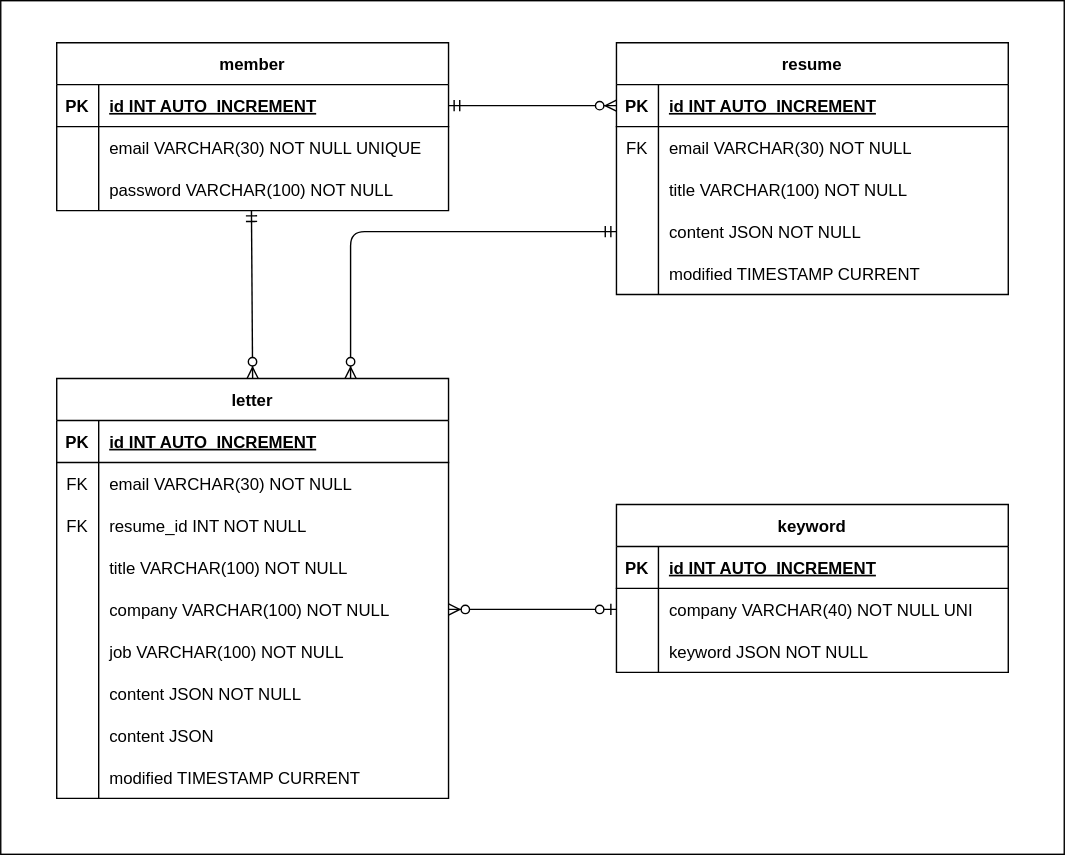
The draw.io diagram docs/diagram/er-diagram-2.svg in kosmo138/resumate, before a commit. Source tidied: cells renumbered, new cells last; positions are measured from the earlier drawing's top-left corner, leaving out a move shared by most shapes. The source it was exported from:
```xml
<mxGraphModel>
  <root>
    <mxCell id="0" />
    <mxCell id="1" parent="0" />
    <mxCell id="2" style="rounded=0;whiteSpace=wrap;html=1;" parent="1" vertex="1">
      <mxGeometry width="760" height="610" as="geometry" />
    </mxCell>
    <mxCell id="3" value="member" style="shape=table;startSize=30;rowLines=0;fontStyle=1;align=center;" parent="1" vertex="1">
      <mxGeometry x="40" y="30" width="280" height="120" as="geometry" />
    </mxCell>
    <mxCell id="4" style="shape=tableRow;horizontal=0;startSize=0;swimlaneHead=0;swimlaneBody=0;fillColor=none;points=[[0,0.5],[1,0.5]];portConstraint=eastwest;top=0;left=0;right=0;bottom=1;" parent="3" vertex="1">
      <mxGeometry y="30" width="280" height="30" as="geometry" />
    </mxCell>
    <mxCell id="5" value="PK" style="shape=partialRectangle;fillColor=none;top=0;left=0;bottom=0;right=0;fontStyle=1;overflow=hidden;" parent="4" vertex="1">
      <mxGeometry width="30" height="30" as="geometry" />
    </mxCell>
    <mxCell id="6" value="id INT AUTO_INCREMENT" style="shape=partialRectangle;fillColor=none;top=0;left=0;bottom=0;right=0;align=left;spacingLeft=6;fontStyle=5;overflow=hidden;" parent="4" vertex="1">
      <mxGeometry x="30" width="250" height="30" as="geometry" />
    </mxCell>
    <mxCell id="7" style="shape=tableRow;horizontal=0;startSize=0;swimlaneHead=0;swimlaneBody=0;fillColor=none;top=0;left=0;right=0;bottom=0;" parent="3" vertex="1">
      <mxGeometry y="60" width="280" height="30" as="geometry" />
    </mxCell>
    <mxCell id="8" style="shape=partialRectangle;fillColor=none;top=0;left=0;bottom=0;right=0;overflow=hidden;" parent="7" vertex="1">
      <mxGeometry width="30" height="30" as="geometry" />
    </mxCell>
    <mxCell id="9" value="email VARCHAR(30) NOT NULL UNIQUE" style="shape=partialRectangle;fillColor=none;top=0;left=0;bottom=0;right=0;align=left;spacingLeft=6;overflow=hidden;" parent="7" vertex="1">
      <mxGeometry x="30" width="250" height="30" as="geometry" />
    </mxCell>
    <mxCell id="10" style="shape=tableRow;horizontal=0;startSize=0;swimlaneHead=0;swimlaneBody=0;fillColor=none;points=[[0,0.5],[1,0.5]];portConstraint=eastwest;top=0;left=0;right=0;bottom=0;" parent="3" vertex="1">
      <mxGeometry y="90" width="280" height="30" as="geometry" />
    </mxCell>
    <mxCell id="11" style="shape=partialRectangle;fillColor=none;top=0;left=0;bottom=0;right=0;overflow=hidden;" parent="10" vertex="1">
      <mxGeometry width="30" height="30" as="geometry" />
    </mxCell>
    <mxCell id="12" value="password VARCHAR(100) NOT NULL" style="shape=partialRectangle;fillColor=none;top=0;left=0;bottom=0;right=0;align=left;spacingLeft=6;overflow=hidden;" parent="10" vertex="1">
      <mxGeometry x="30" width="250" height="30" as="geometry" />
    </mxCell>
    <mxCell id="13" value="resume" style="shape=table;startSize=30;rowLines=0;fontStyle=1;align=center;" parent="1" vertex="1">
      <mxGeometry x="440" y="30" width="280" height="180" as="geometry" />
    </mxCell>
    <mxCell id="14" style="shape=tableRow;horizontal=0;startSize=0;swimlaneHead=0;swimlaneBody=0;fillColor=none;points=[[0,0.5],[1,0.5]];portConstraint=eastwest;top=0;left=0;right=0;bottom=1;" parent="13" vertex="1">
      <mxGeometry y="30" width="280" height="30" as="geometry" />
    </mxCell>
    <mxCell id="15" value="PK" style="shape=partialRectangle;fillColor=none;top=0;left=0;bottom=0;right=0;fontStyle=1;overflow=hidden;" parent="14" vertex="1">
      <mxGeometry width="30" height="30" as="geometry" />
    </mxCell>
    <mxCell id="16" value="id INT AUTO_INCREMENT" style="shape=partialRectangle;fillColor=none;top=0;left=0;bottom=0;right=0;align=left;spacingLeft=6;fontStyle=5;overflow=hidden;" parent="14" vertex="1">
      <mxGeometry x="30" width="250" height="30" as="geometry" />
    </mxCell>
    <mxCell id="17" style="shape=tableRow;horizontal=0;startSize=0;swimlaneHead=0;swimlaneBody=0;fillColor=none;top=0;left=0;right=0;bottom=0;rounded=0;" parent="13" vertex="1">
      <mxGeometry y="60" width="280" height="30" as="geometry" />
    </mxCell>
    <mxCell id="18" value="FK" style="shape=partialRectangle;fillColor=none;top=0;left=0;bottom=0;right=0;overflow=hidden;" parent="17" vertex="1">
      <mxGeometry width="30" height="30" as="geometry" />
    </mxCell>
    <mxCell id="19" value="email VARCHAR(30) NOT NULL" style="shape=partialRectangle;fillColor=none;top=0;left=0;bottom=0;right=0;align=left;spacingLeft=6;overflow=hidden;" parent="17" vertex="1">
      <mxGeometry x="30" width="250" height="30" as="geometry" />
    </mxCell>
    <mxCell id="20" style="shape=tableRow;horizontal=0;startSize=0;swimlaneHead=0;swimlaneBody=0;fillColor=none;top=0;left=0;right=0;bottom=0;" parent="13" vertex="1">
      <mxGeometry y="90" width="280" height="30" as="geometry" />
    </mxCell>
    <mxCell id="21" style="shape=partialRectangle;fillColor=none;top=0;left=0;bottom=0;right=0;overflow=hidden;" parent="20" vertex="1">
      <mxGeometry width="30" height="30" as="geometry" />
    </mxCell>
    <mxCell id="22" value="title VARCHAR(100) NOT NULL" style="shape=partialRectangle;fillColor=none;top=0;left=0;bottom=0;right=0;align=left;spacingLeft=6;overflow=hidden;" parent="20" vertex="1">
      <mxGeometry x="30" width="250" height="30" as="geometry" />
    </mxCell>
    <mxCell id="23" style="shape=tableRow;horizontal=0;startSize=0;swimlaneHead=0;swimlaneBody=0;fillColor=none;points=[[0,0.5],[1,0.5]];portConstraint=eastwest;top=0;left=0;right=0;bottom=0;" parent="13" vertex="1">
      <mxGeometry y="120" width="280" height="30" as="geometry" />
    </mxCell>
    <mxCell id="24" style="shape=partialRectangle;fillColor=none;top=0;left=0;bottom=0;right=0;overflow=hidden;" parent="23" vertex="1">
      <mxGeometry width="30" height="30" as="geometry" />
    </mxCell>
    <mxCell id="25" value="content JSON NOT NULL" style="shape=partialRectangle;fillColor=none;top=0;left=0;bottom=0;right=0;align=left;spacingLeft=6;overflow=hidden;" parent="23" vertex="1">
      <mxGeometry x="30" width="250" height="30" as="geometry" />
    </mxCell>
    <mxCell id="26" style="shape=tableRow;horizontal=0;startSize=0;swimlaneHead=0;swimlaneBody=0;fillColor=none;top=0;left=0;right=0;bottom=0;" parent="13" vertex="1">
      <mxGeometry y="150" width="280" height="30" as="geometry" />
    </mxCell>
    <mxCell id="27" style="shape=partialRectangle;fillColor=none;top=0;left=0;bottom=0;right=0;overflow=hidden;" parent="26" vertex="1">
      <mxGeometry width="30" height="30" as="geometry" />
    </mxCell>
    <mxCell id="28" value="modified TIMESTAMP CURRENT" style="shape=partialRectangle;fillColor=none;top=0;left=0;bottom=0;right=0;align=left;spacingLeft=6;overflow=hidden;" parent="26" vertex="1">
      <mxGeometry x="30" width="250" height="30" as="geometry" />
    </mxCell>
    <mxCell id="29" value="letter" style="shape=table;startSize=30;rowLines=0;fontStyle=1;align=center;" parent="1" vertex="1">
      <mxGeometry x="40" y="270" width="280" height="300" as="geometry" />
    </mxCell>
    <mxCell id="30" style="shape=tableRow;horizontal=0;startSize=0;swimlaneHead=0;swimlaneBody=0;fillColor=none;top=0;left=0;right=0;bottom=1;" parent="29" vertex="1">
      <mxGeometry y="30" width="280" height="30" as="geometry" />
    </mxCell>
    <mxCell id="31" value="PK" style="shape=partialRectangle;fillColor=none;top=0;left=0;bottom=0;right=0;fontStyle=1;overflow=hidden;" parent="30" vertex="1">
      <mxGeometry width="30" height="30" as="geometry" />
    </mxCell>
    <mxCell id="32" value="id INT AUTO_INCREMENT" style="shape=partialRectangle;fillColor=none;top=0;left=0;bottom=0;right=0;align=left;spacingLeft=6;fontStyle=5;overflow=hidden;" parent="30" vertex="1">
      <mxGeometry x="30" width="250" height="30" as="geometry" />
    </mxCell>
    <mxCell id="33" style="shape=tableRow;horizontal=0;startSize=0;swimlaneHead=0;swimlaneBody=0;fillColor=none;top=0;left=0;right=0;bottom=0;rounded=0;" parent="29" vertex="1">
      <mxGeometry y="60" width="280" height="30" as="geometry" />
    </mxCell>
    <mxCell id="34" value="FK" style="shape=partialRectangle;fillColor=none;top=0;left=0;bottom=0;right=0;overflow=hidden;" parent="33" vertex="1">
      <mxGeometry width="30" height="30" as="geometry" />
    </mxCell>
    <mxCell id="35" value="email VARCHAR(30) NOT NULL" style="shape=partialRectangle;fillColor=none;top=0;left=0;bottom=0;right=0;align=left;spacingLeft=6;overflow=hidden;" parent="33" vertex="1">
      <mxGeometry x="30" width="250" height="30" as="geometry" />
    </mxCell>
    <mxCell id="36" style="shape=tableRow;horizontal=0;startSize=0;swimlaneHead=0;swimlaneBody=0;fillColor=none;top=0;left=0;right=0;bottom=0;rounded=0;" parent="29" vertex="1">
      <mxGeometry y="90" width="280" height="30" as="geometry" />
    </mxCell>
    <mxCell id="37" value="FK" style="shape=partialRectangle;fillColor=none;top=0;left=0;bottom=0;right=0;overflow=hidden;" parent="36" vertex="1">
      <mxGeometry width="30" height="30" as="geometry" />
    </mxCell>
    <mxCell id="38" value="resume_id INT NOT NULL" style="shape=partialRectangle;fillColor=none;top=0;left=0;bottom=0;right=0;align=left;spacingLeft=6;overflow=hidden;" parent="36" vertex="1">
      <mxGeometry x="30" width="250" height="30" as="geometry" />
    </mxCell>
    <mxCell id="39" style="shape=tableRow;horizontal=0;startSize=0;swimlaneHead=0;swimlaneBody=0;fillColor=none;top=0;left=0;right=0;bottom=0;" parent="29" vertex="1">
      <mxGeometry y="120" width="280" height="30" as="geometry" />
    </mxCell>
    <mxCell id="40" style="shape=partialRectangle;fillColor=none;top=0;left=0;bottom=0;right=0;overflow=hidden;" parent="39" vertex="1">
      <mxGeometry width="30" height="30" as="geometry" />
    </mxCell>
    <mxCell id="41" value="title VARCHAR(100) NOT NULL" style="shape=partialRectangle;fillColor=none;top=0;left=0;bottom=0;right=0;align=left;spacingLeft=6;overflow=hidden;" parent="39" vertex="1">
      <mxGeometry x="30" width="250" height="30" as="geometry" />
    </mxCell>
    <mxCell id="42" style="shape=tableRow;horizontal=0;startSize=0;swimlaneHead=0;swimlaneBody=0;fillColor=none;points=[[0,0.5],[1,0.5]];portConstraint=eastwest;top=0;left=0;right=0;bottom=0;" parent="29" vertex="1">
      <mxGeometry y="150" width="280" height="30" as="geometry" />
    </mxCell>
    <mxCell id="43" style="shape=partialRectangle;fillColor=none;top=0;left=0;bottom=0;right=0;overflow=hidden;" parent="42" vertex="1">
      <mxGeometry width="30" height="30" as="geometry" />
    </mxCell>
    <mxCell id="44" value="company VARCHAR(100) NOT NULL" style="shape=partialRectangle;fillColor=none;top=0;left=0;bottom=0;right=0;align=left;spacingLeft=6;overflow=hidden;" parent="42" vertex="1">
      <mxGeometry x="30" width="250" height="30" as="geometry" />
    </mxCell>
    <mxCell id="45" style="shape=tableRow;horizontal=0;startSize=0;swimlaneHead=0;swimlaneBody=0;fillColor=none;top=0;left=0;right=0;bottom=0;" parent="29" vertex="1">
      <mxGeometry y="180" width="280" height="30" as="geometry" />
    </mxCell>
    <mxCell id="46" style="shape=partialRectangle;fillColor=none;top=0;left=0;bottom=0;right=0;overflow=hidden;" parent="45" vertex="1">
      <mxGeometry width="30" height="30" as="geometry" />
    </mxCell>
    <mxCell id="47" value="job VARCHAR(100) NOT NULL" style="shape=partialRectangle;fillColor=none;top=0;left=0;bottom=0;right=0;align=left;spacingLeft=6;overflow=hidden;" parent="45" vertex="1">
      <mxGeometry x="30" width="250" height="30" as="geometry" />
    </mxCell>
    <mxCell id="48" style="shape=tableRow;horizontal=0;startSize=0;swimlaneHead=0;swimlaneBody=0;fillColor=none;top=0;left=0;right=0;bottom=0;" parent="29" vertex="1">
      <mxGeometry y="210" width="280" height="30" as="geometry" />
    </mxCell>
    <mxCell id="49" style="shape=partialRectangle;fillColor=none;top=0;left=0;bottom=0;right=0;overflow=hidden;" parent="48" vertex="1">
      <mxGeometry width="30" height="30" as="geometry" />
    </mxCell>
    <mxCell id="50" value="content JSON NOT NULL" style="shape=partialRectangle;fillColor=none;top=0;left=0;bottom=0;right=0;align=left;spacingLeft=6;overflow=hidden;" parent="48" vertex="1">
      <mxGeometry x="30" width="250" height="30" as="geometry" />
    </mxCell>
    <mxCell id="51" style="shape=tableRow;horizontal=0;startSize=0;swimlaneHead=0;swimlaneBody=0;fillColor=none;top=0;left=0;right=0;bottom=0;" parent="29" vertex="1">
      <mxGeometry y="240" width="280" height="30" as="geometry" />
    </mxCell>
    <mxCell id="52" style="shape=partialRectangle;fillColor=none;top=0;left=0;bottom=0;right=0;overflow=hidden;" parent="51" vertex="1">
      <mxGeometry width="30" height="30" as="geometry" />
    </mxCell>
    <mxCell id="53" value="content JSON" style="shape=partialRectangle;fillColor=none;top=0;left=0;bottom=0;right=0;align=left;spacingLeft=6;overflow=hidden;" parent="51" vertex="1">
      <mxGeometry x="30" width="250" height="30" as="geometry" />
    </mxCell>
    <mxCell id="54" style="shape=tableRow;horizontal=0;startSize=0;swimlaneHead=0;swimlaneBody=0;fillColor=none;top=0;left=0;right=0;bottom=0;" parent="29" vertex="1">
      <mxGeometry y="270" width="280" height="30" as="geometry" />
    </mxCell>
    <mxCell id="55" style="shape=partialRectangle;fillColor=none;top=0;left=0;bottom=0;right=0;overflow=hidden;" parent="54" vertex="1">
      <mxGeometry width="30" height="30" as="geometry" />
    </mxCell>
    <mxCell id="56" value="modified TIMESTAMP CURRENT" style="shape=partialRectangle;fillColor=none;top=0;left=0;bottom=0;right=0;align=left;spacingLeft=6;overflow=hidden;" parent="54" vertex="1">
      <mxGeometry x="30" width="250" height="30" as="geometry" />
    </mxCell>
    <mxCell id="57" value="keyword" style="shape=table;startSize=30;rowLines=0;fontStyle=1;align=center;" parent="1" vertex="1">
      <mxGeometry x="440" y="360" width="280" height="120" as="geometry" />
    </mxCell>
    <mxCell id="58" style="shape=tableRow;horizontal=0;startSize=0;swimlaneHead=0;swimlaneBody=0;fillColor=none;top=0;left=0;right=0;bottom=1;" parent="57" vertex="1">
      <mxGeometry y="30" width="280" height="30" as="geometry" />
    </mxCell>
    <mxCell id="59" value="PK" style="shape=partialRectangle;fillColor=none;top=0;left=0;bottom=0;right=0;fontStyle=1;overflow=hidden;" parent="58" vertex="1">
      <mxGeometry width="30" height="30" as="geometry" />
    </mxCell>
    <mxCell id="60" value="id INT AUTO_INCREMENT" style="shape=partialRectangle;fillColor=none;top=0;left=0;bottom=0;right=0;align=left;spacingLeft=6;fontStyle=5;overflow=hidden;" parent="58" vertex="1">
      <mxGeometry x="30" width="250" height="30" as="geometry" />
    </mxCell>
    <mxCell id="61" style="shape=tableRow;horizontal=0;startSize=0;swimlaneHead=0;swimlaneBody=0;fillColor=none;points=[[0,0.5],[1,0.5]];portConstraint=eastwest;top=0;left=0;right=0;bottom=0;" parent="57" vertex="1">
      <mxGeometry y="60" width="280" height="30" as="geometry" />
    </mxCell>
    <mxCell id="62" style="shape=partialRectangle;fillColor=none;top=0;left=0;bottom=0;right=0;overflow=hidden;" parent="61" vertex="1">
      <mxGeometry width="30" height="30" as="geometry" />
    </mxCell>
    <mxCell id="63" value="company VARCHAR(40) NOT NULL UNI" style="shape=partialRectangle;fillColor=none;top=0;left=0;bottom=0;right=0;align=left;spacingLeft=6;overflow=hidden;" parent="61" vertex="1">
      <mxGeometry x="30" width="250" height="30" as="geometry" />
    </mxCell>
    <mxCell id="64" style="shape=tableRow;horizontal=0;startSize=0;swimlaneHead=0;swimlaneBody=0;fillColor=none;top=0;left=0;right=0;bottom=0;" parent="57" vertex="1">
      <mxGeometry y="90" width="280" height="30" as="geometry" />
    </mxCell>
    <mxCell id="65" style="shape=partialRectangle;fillColor=none;top=0;left=0;bottom=0;right=0;overflow=hidden;" parent="64" vertex="1">
      <mxGeometry width="30" height="30" as="geometry" />
    </mxCell>
    <mxCell id="66" value="keyword JSON NOT NULL" style="shape=partialRectangle;fillColor=none;top=0;left=0;bottom=0;right=0;align=left;spacingLeft=6;overflow=hidden;" parent="64" vertex="1">
      <mxGeometry x="30" width="250" height="30" as="geometry" />
    </mxCell>
    <mxCell id="67" style="edgeStyle=entityRelationEdgeStyle;fontSize=12;html=1;endArrow=ERzeroToMany;startArrow=ERmandOne;entryX=0;entryY=0.5;entryDx=0;entryDy=0;exitX=1;exitY=0.5;exitDx=0;exitDy=0;" parent="1" edge="1" source="4" target="14">
      <mxGeometry relative="1" as="geometry" />
    </mxCell>
    <mxCell id="68" style="fontSize=12;html=1;endArrow=ERzeroToMany;startArrow=ERmandOne;exitX=0.497;exitY=0.992;exitDx=0;exitDy=0;exitPerimeter=0;" parent="1" edge="1" source="10">
      <mxGeometry relative="1" as="geometry">
        <mxPoint x="180" y="270" as="targetPoint" />
      </mxGeometry>
    </mxCell>
    <mxCell id="69" style="edgeStyle=orthogonalEdgeStyle;fontSize=12;html=1;endArrow=ERzeroToMany;startArrow=ERmandOne;exitX=0;exitY=0.5;exitDx=0;exitDy=0;" parent="1" edge="1" source="23">
      <mxGeometry relative="1" as="geometry">
        <mxPoint x="250" y="270" as="targetPoint" />
      </mxGeometry>
    </mxCell>
    <mxCell id="70" style="edgeStyle=orthogonalEdgeStyle;fontSize=12;html=1;endArrow=ERzeroToMany;startArrow=ERzeroToOne;exitX=0;exitY=0.5;exitDx=0;exitDy=0;" parent="1" edge="1" source="61" target="42">
      <mxGeometry relative="1" as="geometry" />
    </mxCell>
  </root>
</mxGraphModel>
```
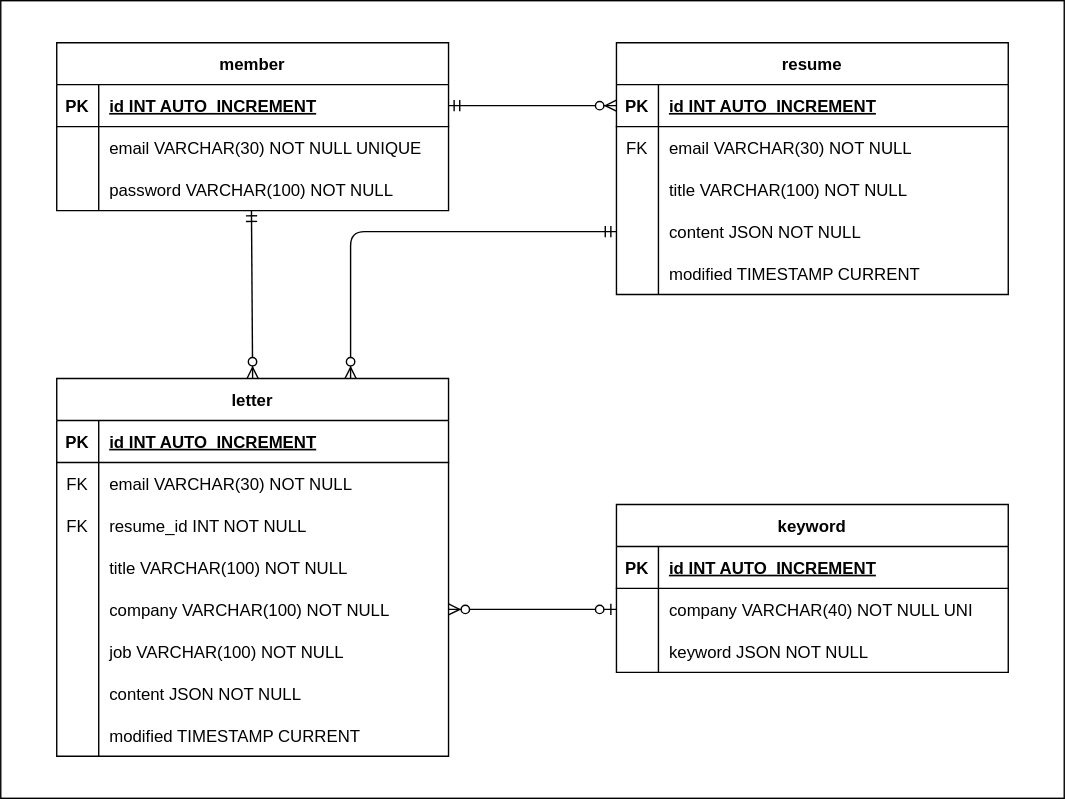
The same file after the commit.

Commit message:
Docs: ERD 수정 - 중복된 컬럼 삭제 (#65)

2024-04-08 16:52
- content 컬럼의 중복 삭제
- README의 ERD 및 데이터베이스 관련 부분 수정

What changed in the source:
```diff
@@ -3,7 +3,7 @@
     <mxCell id="0" />
     <mxCell id="1" parent="0" />
     <mxCell id="2" style="rounded=0;whiteSpace=wrap;html=1;" parent="1" vertex="1">
-      <mxGeometry width="760" height="610" as="geometry" />
+      <mxGeometry width="760" height="570" as="geometry" />
     </mxCell>
     <mxCell id="3" value="member" style="shape=table;startSize=30;rowLines=0;fontStyle=1;align=center;" parent="1" vertex="1">
       <mxGeometry x="40" y="30" width="280" height="120" as="geometry" />
@@ -84,7 +84,7 @@
       <mxGeometry x="30" width="250" height="30" as="geometry" />
     </mxCell>
     <mxCell id="29" value="letter" style="shape=table;startSize=30;rowLines=0;fontStyle=1;align=center;" parent="1" vertex="1">
-      <mxGeometry x="40" y="270" width="280" height="300" as="geometry" />
+      <mxGeometry x="40" y="270" width="280" height="270" as="geometry" />
     </mxCell>
     <mxCell id="30" style="shape=tableRow;horizontal=0;startSize=0;swimlaneHead=0;swimlaneBody=0;fillColor=none;top=0;left=0;right=0;bottom=1;" parent="29" vertex="1">
       <mxGeometry y="30" width="280" height="30" as="geometry" />
@@ -149,17 +149,8 @@
     <mxCell id="50" value="content JSON NOT NULL" style="shape=partialRectangle;fillColor=none;top=0;left=0;bottom=0;right=0;align=left;spacingLeft=6;overflow=hidden;" parent="48" vertex="1">
       <mxGeometry x="30" width="250" height="30" as="geometry" />
     </mxCell>
-    <mxCell id="51" style="shape=tableRow;horizontal=0;startSize=0;swimlaneHead=0;swimlaneBody=0;fillColor=none;top=0;left=0;right=0;bottom=0;" parent="29" vertex="1">
-      <mxGeometry y="240" width="280" height="30" as="geometry" />
-    </mxCell>
-    <mxCell id="52" style="shape=partialRectangle;fillColor=none;top=0;left=0;bottom=0;right=0;overflow=hidden;" parent="51" vertex="1">
-      <mxGeometry width="30" height="30" as="geometry" />
-    </mxCell>
-    <mxCell id="53" value="content JSON" style="shape=partialRectangle;fillColor=none;top=0;left=0;bottom=0;right=0;align=left;spacingLeft=6;overflow=hidden;" parent="51" vertex="1">
-      <mxGeometry x="30" width="250" height="30" as="geometry" />
-    </mxCell>
     <mxCell id="54" style="shape=tableRow;horizontal=0;startSize=0;swimlaneHead=0;swimlaneBody=0;fillColor=none;top=0;left=0;right=0;bottom=0;" parent="29" vertex="1">
-      <mxGeometry y="270" width="280" height="30" as="geometry" />
+      <mxGeometry y="240" width="280" height="30" as="geometry" />
     </mxCell>
     <mxCell id="55" style="shape=partialRectangle;fillColor=none;top=0;left=0;bottom=0;right=0;overflow=hidden;" parent="54" vertex="1">
       <mxGeometry width="30" height="30" as="geometry" />
```
